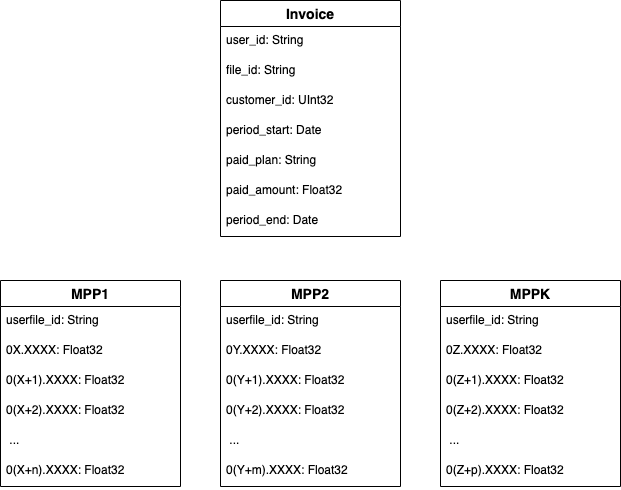
Before: docs/tex/inc/img/cp_transactions.png, a diagram exported from draw.io (hackfeed/mrratality). Source tidied: cells renumbered, new cells last; positions are measured from the earlier drawing's top-left corner, leaving out a move shared by most shapes. Source of this version:
```xml
<mxGraphModel>
  <root>
    <mxCell id="0" />
    <mxCell id="1" parent="0" />
    <mxCell id="2" value="Invoice" style="swimlane;fontStyle=1;horizontal=1;startSize=26;align=center;fontSize=14;" parent="1" vertex="1">
      <mxGeometry x="220" width="180" height="236" as="geometry" />
    </mxCell>
    <mxCell id="3" value="user_id: String" style="text;strokeColor=none;fillColor=none;spacingLeft=4;spacingRight=4;overflow=hidden;fontSize=12;" parent="2" vertex="1">
      <mxGeometry y="26" width="180" height="30" as="geometry" />
    </mxCell>
    <mxCell id="4" value="file_id: String" style="text;strokeColor=none;fillColor=none;spacingLeft=4;spacingRight=4;overflow=hidden;fontSize=12;" parent="2" vertex="1">
      <mxGeometry y="56" width="180" height="30" as="geometry" />
    </mxCell>
    <mxCell id="5" value="customer_id: UInt32" style="text;strokeColor=none;fillColor=none;spacingLeft=4;spacingRight=4;overflow=hidden;fontSize=12;" parent="2" vertex="1">
      <mxGeometry y="86" width="180" height="30" as="geometry" />
    </mxCell>
    <mxCell id="6" value="period_start: Date" style="text;strokeColor=none;fillColor=none;spacingLeft=4;spacingRight=4;overflow=hidden;fontSize=12;" parent="2" vertex="1">
      <mxGeometry y="116" width="180" height="30" as="geometry" />
    </mxCell>
    <mxCell id="7" value="paid_plan: String" style="text;strokeColor=none;fillColor=none;spacingLeft=4;spacingRight=4;overflow=hidden;fontSize=12;" parent="2" vertex="1">
      <mxGeometry y="146" width="180" height="30" as="geometry" />
    </mxCell>
    <mxCell id="8" value="paid_amount: Float32" style="text;strokeColor=none;fillColor=none;spacingLeft=4;spacingRight=4;overflow=hidden;fontSize=12;" parent="2" vertex="1">
      <mxGeometry y="176" width="180" height="30" as="geometry" />
    </mxCell>
    <mxCell id="9" value="period_end: Date" style="text;strokeColor=none;fillColor=none;spacingLeft=4;spacingRight=4;overflow=hidden;fontSize=12;" parent="2" vertex="1">
      <mxGeometry y="206" width="180" height="30" as="geometry" />
    </mxCell>
    <mxCell id="10" value="MPP1" style="swimlane;fontStyle=1;horizontal=1;startSize=26;align=center;fontSize=14;" parent="1" vertex="1">
      <mxGeometry y="280" width="180" height="206" as="geometry" />
    </mxCell>
    <mxCell id="11" value="userfile_id: String" style="text;strokeColor=none;fillColor=none;spacingLeft=4;spacingRight=4;overflow=hidden;fontSize=12;" parent="10" vertex="1">
      <mxGeometry y="26" width="180" height="30" as="geometry" />
    </mxCell>
    <mxCell id="12" value="0X.XXXX: Float32" style="text;strokeColor=none;fillColor=none;spacingLeft=4;spacingRight=4;overflow=hidden;fontSize=12;" parent="10" vertex="1">
      <mxGeometry y="56" width="180" height="30" as="geometry" />
    </mxCell>
    <mxCell id="13" value="0(X+1).XXXX: Float32" style="text;strokeColor=none;fillColor=none;spacingLeft=4;spacingRight=4;overflow=hidden;fontSize=12;" parent="10" vertex="1">
      <mxGeometry y="86" width="180" height="30" as="geometry" />
    </mxCell>
    <mxCell id="14" value="0(X+2).XXXX: Float32" style="text;strokeColor=none;fillColor=none;spacingLeft=4;spacingRight=4;overflow=hidden;fontSize=12;" parent="10" vertex="1">
      <mxGeometry y="116" width="180" height="30" as="geometry" />
    </mxCell>
    <mxCell id="15" value=" ..." style="text;strokeColor=none;fillColor=none;spacingLeft=4;spacingRight=4;overflow=hidden;fontSize=12;" parent="10" vertex="1">
      <mxGeometry y="146" width="180" height="30" as="geometry" />
    </mxCell>
    <mxCell id="16" value="0(X+n).XXXX: Float32" style="text;strokeColor=none;fillColor=none;spacingLeft=4;spacingRight=4;overflow=hidden;fontSize=12;" parent="10" vertex="1">
      <mxGeometry y="176" width="180" height="30" as="geometry" />
    </mxCell>
    <mxCell id="17" value="MPP2" style="swimlane;fontStyle=1;horizontal=1;startSize=26;align=center;fontSize=14;" parent="1" vertex="1">
      <mxGeometry x="220" y="280" width="180" height="206" as="geometry" />
    </mxCell>
    <mxCell id="18" value="userfile_id: String" style="text;strokeColor=none;fillColor=none;spacingLeft=4;spacingRight=4;overflow=hidden;fontSize=12;" parent="17" vertex="1">
      <mxGeometry y="26" width="180" height="30" as="geometry" />
    </mxCell>
    <mxCell id="19" value="0Y.XXXX: Float32" style="text;strokeColor=none;fillColor=none;spacingLeft=4;spacingRight=4;overflow=hidden;fontSize=12;" parent="17" vertex="1">
      <mxGeometry y="56" width="180" height="30" as="geometry" />
    </mxCell>
    <mxCell id="20" value="0(Y+1).XXXX: Float32" style="text;strokeColor=none;fillColor=none;spacingLeft=4;spacingRight=4;overflow=hidden;fontSize=12;" parent="17" vertex="1">
      <mxGeometry y="86" width="180" height="30" as="geometry" />
    </mxCell>
    <mxCell id="21" value="0(Y+2).XXXX: Float32" style="text;strokeColor=none;fillColor=none;spacingLeft=4;spacingRight=4;overflow=hidden;fontSize=12;" parent="17" vertex="1">
      <mxGeometry y="116" width="180" height="30" as="geometry" />
    </mxCell>
    <mxCell id="22" value=" ..." style="text;strokeColor=none;fillColor=none;spacingLeft=4;spacingRight=4;overflow=hidden;fontSize=12;" parent="17" vertex="1">
      <mxGeometry y="146" width="180" height="30" as="geometry" />
    </mxCell>
    <mxCell id="23" value="0(Y+m).XXXX: Float32" style="text;strokeColor=none;fillColor=none;spacingLeft=4;spacingRight=4;overflow=hidden;fontSize=12;" parent="17" vertex="1">
      <mxGeometry y="176" width="180" height="30" as="geometry" />
    </mxCell>
    <mxCell id="24" value="MPPK" style="swimlane;fontStyle=1;horizontal=1;startSize=26;align=center;fontSize=14;" parent="1" vertex="1">
      <mxGeometry x="440" y="280" width="180" height="206" as="geometry" />
    </mxCell>
    <mxCell id="25" value="userfile_id: String" style="text;strokeColor=none;fillColor=none;spacingLeft=4;spacingRight=4;overflow=hidden;fontSize=12;" parent="24" vertex="1">
      <mxGeometry y="26" width="180" height="30" as="geometry" />
    </mxCell>
    <mxCell id="26" value="0Z.XXXX: Float32" style="text;strokeColor=none;fillColor=none;spacingLeft=4;spacingRight=4;overflow=hidden;fontSize=12;" parent="24" vertex="1">
      <mxGeometry y="56" width="180" height="30" as="geometry" />
    </mxCell>
    <mxCell id="27" value="0(Z+1).XXXX: Float32" style="text;strokeColor=none;fillColor=none;spacingLeft=4;spacingRight=4;overflow=hidden;fontSize=12;" parent="24" vertex="1">
      <mxGeometry y="86" width="180" height="30" as="geometry" />
    </mxCell>
    <mxCell id="28" value="0(Z+2).XXXX: Float32" style="text;strokeColor=none;fillColor=none;spacingLeft=4;spacingRight=4;overflow=hidden;fontSize=12;" parent="24" vertex="1">
      <mxGeometry y="116" width="180" height="30" as="geometry" />
    </mxCell>
    <mxCell id="29" value=" ..." style="text;strokeColor=none;fillColor=none;spacingLeft=4;spacingRight=4;overflow=hidden;fontSize=12;" parent="24" vertex="1">
      <mxGeometry y="146" width="180" height="30" as="geometry" />
    </mxCell>
    <mxCell id="30" value="0(Z+p).XXXX: Float32" style="text;strokeColor=none;fillColor=none;spacingLeft=4;spacingRight=4;overflow=hidden;fontSize=12;" parent="24" vertex="1">
      <mxGeometry y="176" width="180" height="30" as="geometry" />
    </mxCell>
  </root>
</mxGraphModel>
```
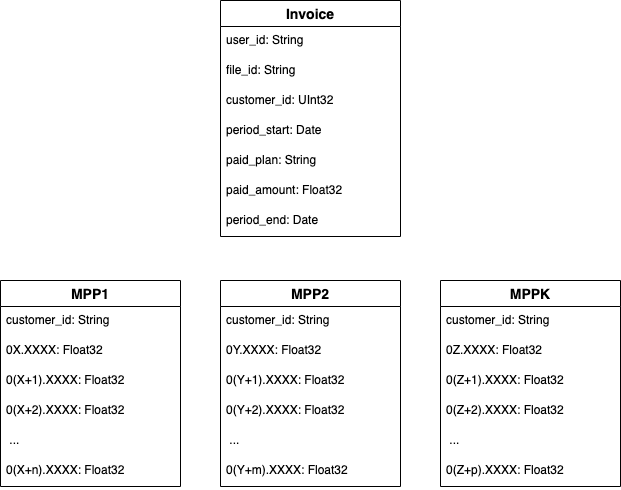
The same diagram one commit later.

Commit message:
Add ER diagram to RPZ

The edit, as a diff of the source:
```diff
@@ -29,7 +29,7 @@
     <mxCell id="10" value="MPP1" style="swimlane;fontStyle=1;horizontal=1;startSize=26;align=center;fontSize=14;" parent="1" vertex="1">
       <mxGeometry y="280" width="180" height="206" as="geometry" />
     </mxCell>
-    <mxCell id="11" value="userfile_id: String" style="text;strokeColor=none;fillColor=none;spacingLeft=4;spacingRight=4;overflow=hidden;fontSize=12;" parent="10" vertex="1">
+    <mxCell id="11" value="customer_id: String" style="text;strokeColor=none;fillColor=none;spacingLeft=4;spacingRight=4;overflow=hidden;fontSize=12;" parent="10" vertex="1">
       <mxGeometry y="26" width="180" height="30" as="geometry" />
     </mxCell>
     <mxCell id="12" value="0X.XXXX: Float32" style="text;strokeColor=none;fillColor=none;spacingLeft=4;spacingRight=4;overflow=hidden;fontSize=12;" parent="10" vertex="1">
@@ -50,7 +50,7 @@
     <mxCell id="17" value="MPP2" style="swimlane;fontStyle=1;horizontal=1;startSize=26;align=center;fontSize=14;" parent="1" vertex="1">
       <mxGeometry x="220" y="280" width="180" height="206" as="geometry" />
     </mxCell>
-    <mxCell id="18" value="userfile_id: String" style="text;strokeColor=none;fillColor=none;spacingLeft=4;spacingRight=4;overflow=hidden;fontSize=12;" parent="17" vertex="1">
+    <mxCell id="18" value="customer_id: String" style="text;strokeColor=none;fillColor=none;spacingLeft=4;spacingRight=4;overflow=hidden;fontSize=12;" parent="17" vertex="1">
       <mxGeometry y="26" width="180" height="30" as="geometry" />
     </mxCell>
     <mxCell id="19" value="0Y.XXXX: Float32" style="text;strokeColor=none;fillColor=none;spacingLeft=4;spacingRight=4;overflow=hidden;fontSize=12;" parent="17" vertex="1">
@@ -71,7 +71,7 @@
     <mxCell id="24" value="MPPK" style="swimlane;fontStyle=1;horizontal=1;startSize=26;align=center;fontSize=14;" parent="1" vertex="1">
       <mxGeometry x="440" y="280" width="180" height="206" as="geometry" />
     </mxCell>
-    <mxCell id="25" value="userfile_id: String" style="text;strokeColor=none;fillColor=none;spacingLeft=4;spacingRight=4;overflow=hidden;fontSize=12;" parent="24" vertex="1">
+    <mxCell id="25" value="customer_id: String" style="text;strokeColor=none;fillColor=none;spacingLeft=4;spacingRight=4;overflow=hidden;fontSize=12;" parent="24" vertex="1">
       <mxGeometry y="26" width="180" height="30" as="geometry" />
     </mxCell>
     <mxCell id="26" value="0Z.XXXX: Float32" style="text;strokeColor=none;fillColor=none;spacingLeft=4;spacingRight=4;overflow=hidden;fontSize=12;" parent="24" vertex="1">
```
